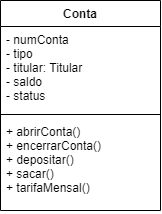
This is atividades/Conta/Diagrama.png from endroni/TII2001M-03, a draw.io export, as it was before one commit. Source tidied: cells renumbered, new cells last; positions are measured from the earlier drawing's top-left corner, leaving out a move shared by most shapes.
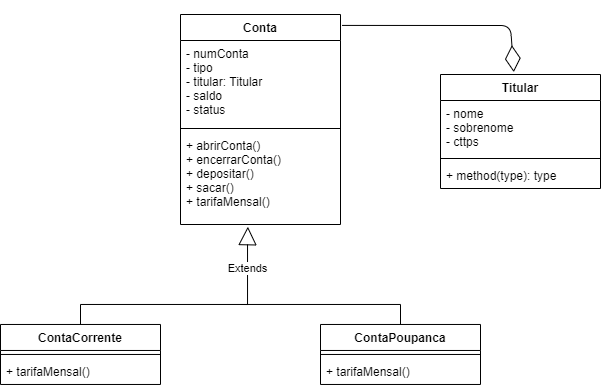
Above is the later version.

Commit message:
relacionado classe titular com conta

The edit, as a diff of the source:
```diff
@@ -14,5 +14,59 @@
     <mxCell id="5" value="+ abrirConta()&#10;+ encerrarConta()&#10;+ depositar()&#10;+ sacar()&#10;+ tarifaMensal()&#10;" style="text;strokeColor=none;fillColor=none;align=left;verticalAlign=top;spacingLeft=4;spacingRight=4;overflow=hidden;points=[[0,0.5],[1,0.5]];portConstraint=eastwest;" parent="2" vertex="1">
       <mxGeometry y="118" width="160" height="92" as="geometry" />
     </mxCell>
+    <mxCell id="6" style="edgeStyle=orthogonalEdgeStyle;rounded=0;jettySize=auto;html=1;entryX=0.5;entryY=0;entryDx=0;entryDy=0;endArrow=none;endFill=0;" parent="1" edge="1" source="7" target="10">
+      <mxGeometry relative="1" as="geometry">
+        <Array as="points">
+          <mxPoint x="-100" y="290" />
+          <mxPoint x="220" y="290" />
+        </Array>
+      </mxGeometry>
+    </mxCell>
+    <mxCell id="7" value="ContaCorrente" style="swimlane;fontStyle=1;align=center;verticalAlign=top;horizontal=1;startSize=26;" parent="1" vertex="1">
+      <mxGeometry x="-180" y="310" width="160" height="60" as="geometry" />
+    </mxCell>
+    <mxCell id="8" style="line;strokeWidth=1;fillColor=none;align=left;verticalAlign=middle;spacingTop=-1;spacingLeft=3;spacingRight=3;labelPosition=right;" parent="7" vertex="1">
+      <mxGeometry y="26" width="160" height="8" as="geometry" />
+    </mxCell>
+    <mxCell id="9" value="+ tarifaMensal()" style="text;strokeColor=none;fillColor=none;align=left;verticalAlign=top;spacingLeft=4;spacingRight=4;overflow=hidden;" parent="7" vertex="1">
+      <mxGeometry y="34" width="160" height="26" as="geometry" />
+    </mxCell>
+    <mxCell id="10" value="ContaPoupanca" style="swimlane;fontStyle=1;align=center;verticalAlign=top;horizontal=1;startSize=26;" parent="1" vertex="1">
+      <mxGeometry x="140" y="310" width="160" height="60" as="geometry" />
+    </mxCell>
+    <mxCell id="11" style="line;strokeWidth=1;fillColor=none;align=left;verticalAlign=middle;spacingTop=-1;spacingLeft=3;spacingRight=3;labelPosition=right;" parent="10" vertex="1">
+      <mxGeometry y="26" width="160" height="8" as="geometry" />
+    </mxCell>
+    <mxCell id="12" value="+ tarifaMensal()" style="text;strokeColor=none;fillColor=none;align=left;verticalAlign=top;spacingLeft=4;spacingRight=4;overflow=hidden;" parent="10" vertex="1">
+      <mxGeometry y="34" width="160" height="26" as="geometry" />
+    </mxCell>
+    <mxCell id="13" value="Extends" style="endArrow=block;endSize=16;endFill=0;html=1;rounded=0;edgeStyle=orthogonalEdgeStyle;entryX=0.421;entryY=1.024;entryDx=0;entryDy=0;entryPerimeter=0;" parent="1" edge="1" target="5">
+      <mxGeometry relative="1" as="geometry">
+        <mxPoint x="60" y="290" as="sourcePoint" />
+        <Array as="points">
+          <mxPoint x="67" y="290" />
+          <mxPoint x="67" y="230" />
+        </Array>
+      </mxGeometry>
+    </mxCell>
+    <mxCell id="14" value="Titular" style="swimlane;fontStyle=1;align=center;verticalAlign=top;horizontal=1;startSize=26;" parent="1" vertex="1">
+      <mxGeometry x="260" y="60" width="160" height="114" as="geometry" />
+    </mxCell>
+    <mxCell id="15" value="- nome&#10;- sobrenome&#10;- cttps" style="text;strokeColor=none;fillColor=none;align=left;verticalAlign=top;spacingLeft=4;spacingRight=4;overflow=hidden;" parent="14" vertex="1">
+      <mxGeometry y="26" width="160" height="54" as="geometry" />
+    </mxCell>
+    <mxCell id="16" style="line;strokeWidth=1;fillColor=none;align=left;verticalAlign=middle;spacingTop=-1;spacingLeft=3;spacingRight=3;labelPosition=right;" parent="14" vertex="1">
+      <mxGeometry y="80" width="160" height="8" as="geometry" />
+    </mxCell>
+    <mxCell id="17" value="+ method(type): type" style="text;strokeColor=none;fillColor=none;align=left;verticalAlign=top;spacingLeft=4;spacingRight=4;overflow=hidden;" parent="14" vertex="1">
+      <mxGeometry y="88" width="160" height="26" as="geometry" />
+    </mxCell>
+    <mxCell id="18" style="endArrow=diamondThin;endFill=0;endSize=24;html=1;exitX=1.01;exitY=0.052;exitDx=0;exitDy=0;exitPerimeter=0;entryX=0.458;entryY=-0.021;entryDx=0;entryDy=0;entryPerimeter=0;" parent="1" edge="1" source="2" target="14">
+      <mxGeometry relative="1" as="geometry">
+        <Array as="points">
+          <mxPoint x="330" y="11" />
+        </Array>
+      </mxGeometry>
+    </mxCell>
   </root>
 </mxGraphModel>
```
